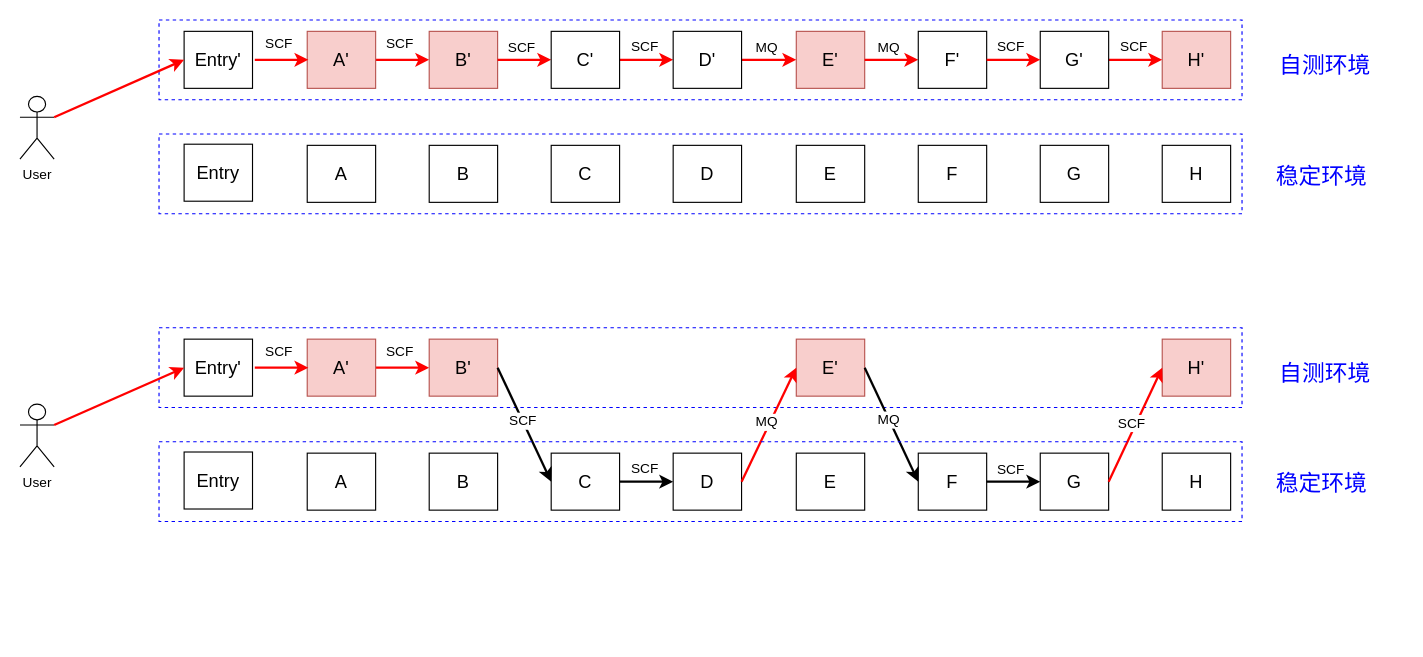
Above: zz/zzscf/flow_tag_router.drawio in waterystone/draw_io (draw.io), before the change. Source tidied: cells renumbered, new cells numbered last; positions are measured from the earlier drawing's top-left corner, leaving out a move shared by most shapes. Both pictures are drawn from the tidied source at 114%, with x=0, y=0 at pixel (19, 19).
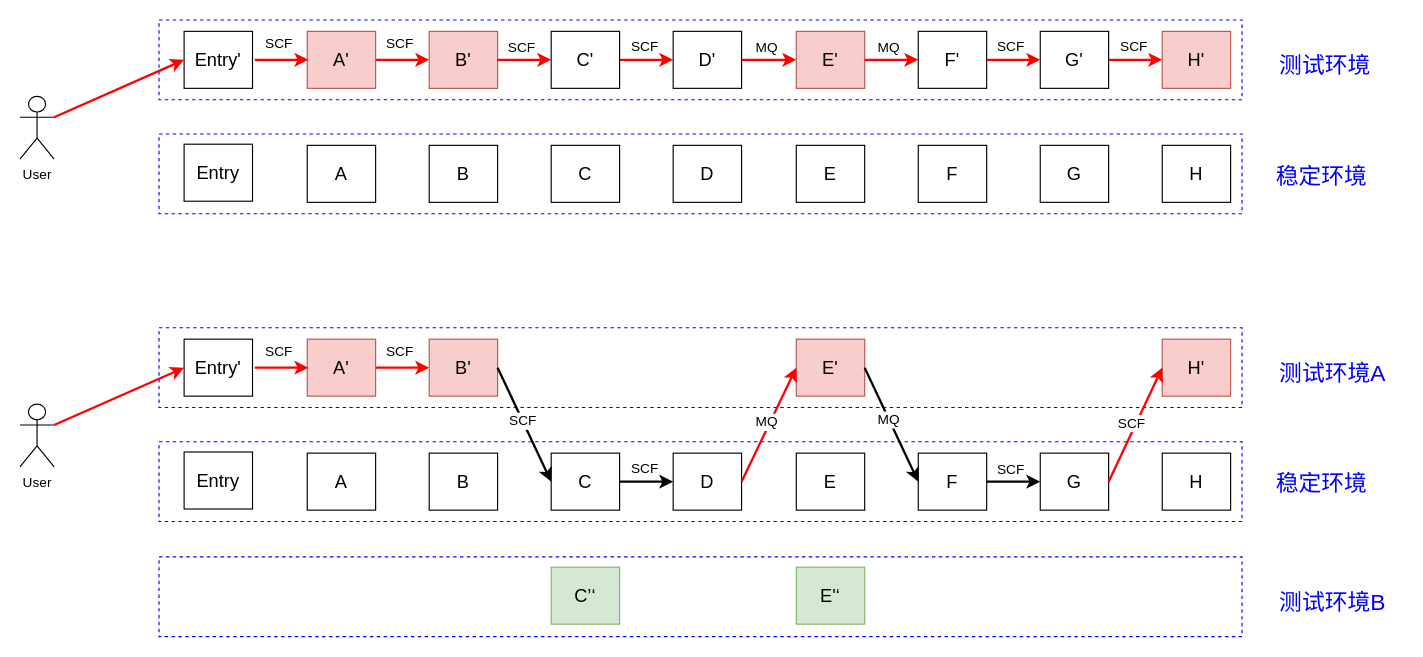
The same page after the edit.

What changed in the source:
```diff
@@
+    <mxCell id="32" style="rounded=0;whiteSpace=wrap;html=1;dashed=1;fillColor=none;strokeColor=#0000FF;" parent="1" vertex="1">
+      <mxGeometry x="122" y="370" width="950" height="70" as="geometry" />
+    </mxCell>
@@
-    <mxCell id="30" value="&lt;font style=&quot;font-size: 20px&quot; color=&quot;#0000ff&quot;&gt;自测环境&lt;/font&gt;" style="text;html=1;align=left;verticalAlign=top;spacingTop=-4;" parent="1" vertex="1">
-      <mxGeometry x="1103" y="295" width="100" height="20" as="geometry" />
+    <mxCell id="30" value="&lt;font style=&quot;font-size: 20px&quot; color=&quot;#0000ff&quot;&gt;测试环境A&lt;/font&gt;" style="text;html=1;align=left;verticalAlign=top;spacingTop=-4;" parent="1" vertex="1">
+      <mxGeometry x="1103" y="295" width="110" height="20" as="geometry" />
     </mxCell>
@@
-    <mxCell id="32" style="rounded=0;whiteSpace=wrap;html=1;dashed=1;fillColor=none;strokeColor=#0000FF;" parent="1" vertex="1">
-      <mxGeometry x="122" y="370" width="950" height="70" as="geometry" />
-    </mxCell>
@@
-    <mxCell id="62" value="&lt;font style=&quot;font-size: 20px&quot; color=&quot;#0000ff&quot;&gt;自测环境&lt;/font&gt;" style="text;html=1;align=left;verticalAlign=top;spacingTop=-4;" parent="1" vertex="1">
+    <mxCell id="62" value="&lt;font style=&quot;font-size: 20px&quot; color=&quot;#0000ff&quot;&gt;测试环境&lt;/font&gt;" style="text;html=1;align=left;verticalAlign=top;spacingTop=-4;" parent="1" vertex="1">
       <mxGeometry x="1103" y="25" width="100" height="20" as="geometry" />
     </mxCell>
@@
+    <mxCell id="78" style="rounded=0;whiteSpace=wrap;html=1;dashed=1;fillColor=none;strokeColor=#0000FF;" parent="1" vertex="1">
+      <mxGeometry x="122" y="471" width="950" height="70" as="geometry" />
+    </mxCell>
+    <mxCell id="79" value="&lt;font style=&quot;font-size: 20px&quot; color=&quot;#0000ff&quot;&gt;测试环境B&lt;/font&gt;" style="text;html=1;align=left;verticalAlign=top;spacingTop=-4;" parent="1" vertex="1">
+      <mxGeometry x="1103" y="496" width="110" height="20" as="geometry" />
+    </mxCell>
+    <mxCell id="80" value="&lt;span style=&quot;font-size: 16px&quot;&gt;C’‘&lt;/span&gt;" style="rounded=0;whiteSpace=wrap;html=1;fillColor=#d5e8d4;strokeColor=#82b366;" parent="1" vertex="1">
+      <mxGeometry x="466" y="480" width="60" height="50" as="geometry" />
+    </mxCell>
+    <mxCell id="81" value="&lt;font style=&quot;font-size: 16px&quot;&gt;E'‘&lt;/font&gt;" style="rounded=0;whiteSpace=wrap;html=1;fillColor=#d5e8d4;strokeColor=#82b366;" parent="1" vertex="1">
+      <mxGeometry x="681" y="480" width="60" height="50" as="geometry" />
+    </mxCell>
```
